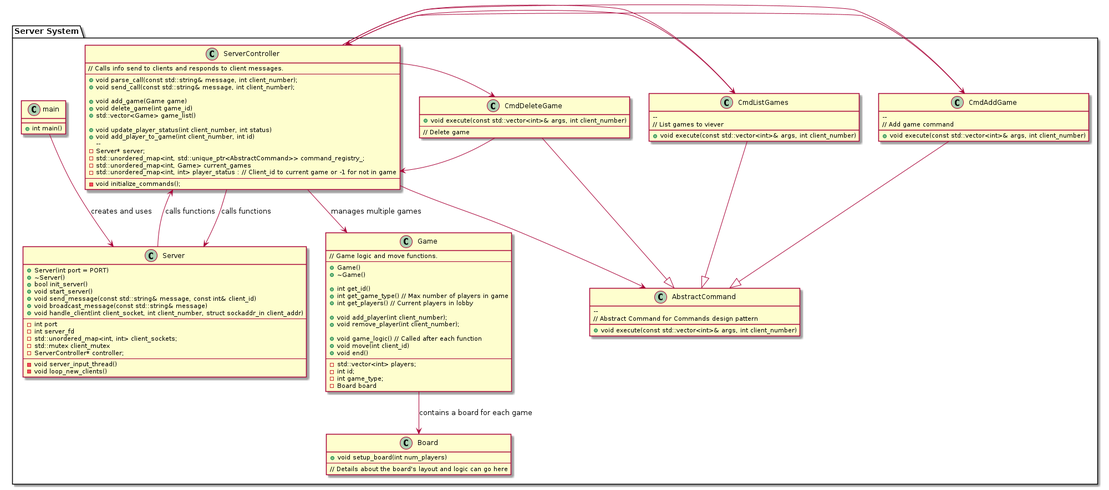
This is uml/system.png from pingponghero12/Chinese-Checkers, a PlantUML export, as it was before one commit. Its source is kept beside it as uml/system.puml.
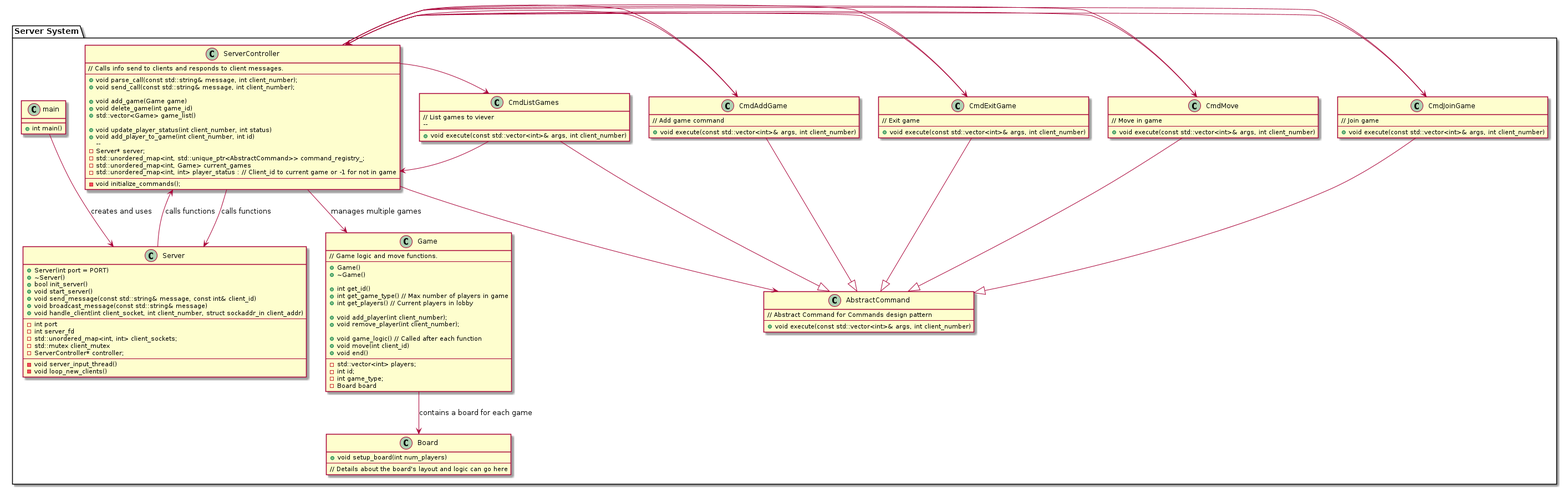
Later version of the same file.

What changed in the source:
```diff
@@ -47,27 +47,39 @@
     }
 
     class AbstractCommand {
+        // Abstract Command for Commands design pattern
+        --
     	+ void execute(const std::vector<int>& args, int client_number)
-        --
-        // Abstract Command for Commands design pattern
     }
 
     class CmdAddGame {
+        // Add game command
+        --
     	+ void execute(const std::vector<int>& args, int client_number)
-        --
-        // Add game command
     }
 
     class CmdListGames {
+	// List games to viever
+        --
     	+ void execute(const std::vector<int>& args, int client_number)
-        --
-	// List games to viever
     }
 
-    class CmdDeleteGame {
+    class CmdJoinGame {
+	// Join game
+	--
     	+ void execute(const std::vector<int>& args, int client_number)
+    }
+
+    class CmdMove {
+	// Move in game
 	--
-	// Delete game
+    	+ void execute(const std::vector<int>& args, int client_number)
+    }
+
+    class CmdExitGame {
+	// Exit game
+	--
+    	+ void execute(const std::vector<int>& args, int client_number)
     }
 
     class Game {
@@ -108,15 +120,21 @@
 
 CmdAddGame -right-> ServerController
 CmdListGames -right-> ServerController
-CmdDeleteGame -right-> ServerController
+CmdJoinGame -right-> ServerController
+CmdMove -right-> ServerController
+CmdExitGame -right-> ServerController
 
 ServerController --> AbstractCommand
 CmdAddGame -|> AbstractCommand
 CmdListGames -|> AbstractCommand
-CmdDeleteGame -|> AbstractCommand
+CmdJoinGame -|> AbstractCommand
+CmdMove -|> AbstractCommand
+CmdExitGame -|> AbstractCommand
 
 ServerController -right-> CmdAddGame
 ServerController -right-> CmdListGames
-ServerController -right-> CmdDeleteGame
+ServerController -right-> CmdJoinGame
+ServerController -right-> CmdMove
+ServerController -right-> CmdExitGame
 
 @enduml
```
